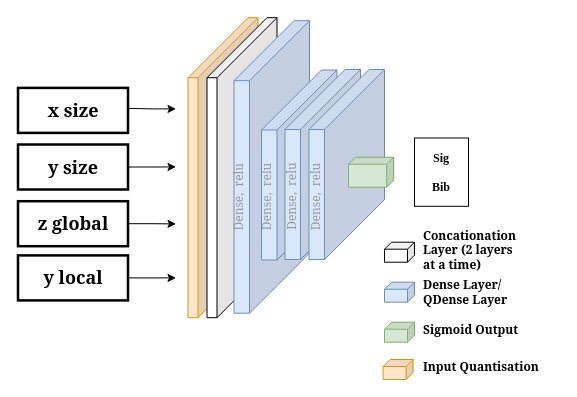
elizahoward/Muon_Collider_Smart_Pixels keeps this draw.io diagram as paperPlots/EricPlots/Model1.drawio. Above is the earlier version. Source tidied: cells renumbered, new cells numbered last; positions are measured from the earlier drawing's top-left corner, leaving out a move shared by most shapes. Both pictures are drawn from the tidied source at 100%, with x=0, y=0 at pixel (18, 17).
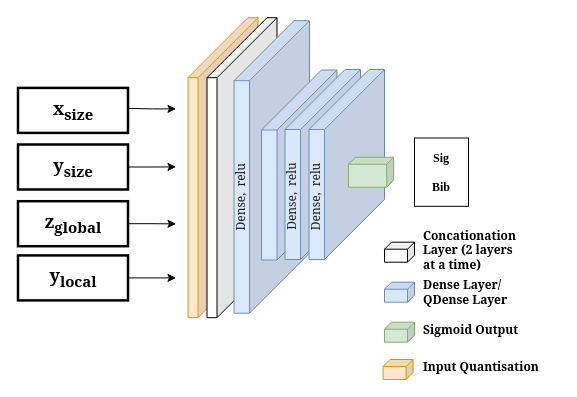
Above is the later version.

Change to the diagram source:
```diff
@@
-    <mxCell id="4" value="&lt;b style=&quot;font-family: Georgia; font-size: 18px; text-wrap-mode: nowrap;&quot;&gt;x size&lt;/b&gt;" style="rounded=0;whiteSpace=wrap;html=1;strokeWidth=2.5;" parent="1" vertex="1">
+    <mxCell id="4" value="&lt;b style=&quot;font-family: Georgia; font-size: 18px; text-wrap-mode: nowrap;&quot;&gt;x&lt;sub&gt;size&lt;/sub&gt;&lt;/b&gt;" style="rounded=0;whiteSpace=wrap;html=1;strokeWidth=2.5;" parent="1" vertex="1">
       <mxGeometry x="-0.5" y="70.4" width="110" height="45" as="geometry" />
     </mxCell>
@@
-    <mxCell id="6" value="&lt;font face=&quot;Georgia&quot;&gt;&lt;span style=&quot;font-size: 18px; text-wrap-mode: nowrap;&quot;&gt;&lt;b&gt;z global&lt;/b&gt;&lt;/span&gt;&lt;/font&gt;" style="rounded=0;whiteSpace=wrap;html=1;strokeWidth=2.5;" parent="1" vertex="1">
+    <mxCell id="6" value="&lt;font face=&quot;Georgia&quot;&gt;&lt;span style=&quot;font-size: 18px; text-wrap-mode: nowrap;&quot;&gt;&lt;b&gt;z&lt;sub&gt;global&lt;/sub&gt;&lt;/b&gt;&lt;/span&gt;&lt;/font&gt;" style="rounded=0;whiteSpace=wrap;html=1;strokeWidth=2.5;" parent="1" vertex="1">
       <mxGeometry x="-0.5" y="183.7" width="110" height="45" as="geometry" />
     </mxCell>
@@
-    <mxCell id="8" value="&lt;font face=&quot;Georgia&quot;&gt;&lt;span style=&quot;font-size: 18px; text-wrap-mode: nowrap;&quot;&gt;&lt;b&gt;y local&lt;/b&gt;&lt;/span&gt;&lt;/font&gt;" style="rounded=0;whiteSpace=wrap;html=1;strokeWidth=2.5;" parent="1" vertex="1">
+    <mxCell id="8" value="&lt;font face=&quot;Georgia&quot;&gt;&lt;span style=&quot;font-size: 18px; text-wrap-mode: nowrap;&quot;&gt;&lt;b&gt;y&lt;sub&gt;local&lt;/sub&gt;&lt;/b&gt;&lt;/span&gt;&lt;/font&gt;" style="rounded=0;whiteSpace=wrap;html=1;strokeWidth=2.5;" parent="1" vertex="1">
       <mxGeometry x="-0.5" y="237.9" width="110" height="45" as="geometry" />
     </mxCell>
@@
-    <mxCell id="10" value="&lt;b style=&quot;font-family: Georgia; font-size: 18px; text-wrap-mode: nowrap;&quot;&gt;y&lt;/b&gt;&lt;b style=&quot;background-color: transparent; color: light-dark(rgb(0, 0, 0), rgb(255, 255, 255)); text-wrap-mode: nowrap; font-family: Georgia; font-size: 18px;&quot;&gt;&amp;nbsp;size&lt;/b&gt;" style="rounded=0;whiteSpace=wrap;html=1;strokeWidth=2.5;" parent="1" vertex="1">
+    <mxCell id="10" value="&lt;b style=&quot;font-family: Georgia; font-size: 18px; text-wrap-mode: nowrap;&quot;&gt;y&lt;/b&gt;&lt;b style=&quot;background-color: transparent; color: light-dark(rgb(0, 0, 0), rgb(255, 255, 255)); text-wrap-mode: nowrap; font-family: Georgia; font-size: 18px;&quot;&gt;&lt;sub&gt;size&lt;/sub&gt;&lt;/b&gt;" style="rounded=0;whiteSpace=wrap;html=1;strokeWidth=2.5;" parent="1" vertex="1">
       <mxGeometry x="-0.5" y="127" width="110" height="45" as="geometry" />
     </mxCell>
@@
-    <mxCell id="13" value="Dense,&amp;nbsp; relu" style="text;html=1;strokeColor=none;fillColor=none;align=center;verticalAlign=middle;whiteSpace=wrap;rounded=0;fontFamily=Georgia;rotation=-90;fontColor=#999999;" parent="1" vertex="1">
-      <mxGeometry x="171" y="164.8" width="99" height="29.9" as="geometry" />
+    <mxCell id="13" value="Dense,&amp;nbsp; relu" style="text;html=1;strokeColor=none;fillColor=none;align=center;verticalAlign=middle;whiteSpace=wrap;rounded=0;fontFamily=Georgia;rotation=-90;fontColor=#1A1A1A;" parent="1" vertex="1">
+      <mxGeometry x="173" y="164.8" width="99" height="29.9" as="geometry" />
     </mxCell>
@@
-    <mxCell id="26" value="Dense,&amp;nbsp; relu" style="text;html=1;strokeColor=none;fillColor=none;align=center;verticalAlign=middle;whiteSpace=wrap;rounded=0;fontFamily=Georgia;rotation=-90;fontColor=#999999;" parent="1" vertex="1">
-      <mxGeometry x="200" y="164.5" width="99" height="29.9" as="geometry" />
-    </mxCell>
-    <mxCell id="27" value="Dense,&amp;nbsp; relu" style="text;html=1;strokeColor=none;fillColor=none;align=center;verticalAlign=middle;whiteSpace=wrap;rounded=0;fontFamily=Georgia;rotation=-90;fontColor=#999999;" parent="1" vertex="1">
+    <mxCell id="27" value="Dense,&amp;nbsp; relu" style="text;html=1;strokeColor=none;fillColor=none;align=center;verticalAlign=middle;whiteSpace=wrap;rounded=0;fontFamily=Georgia;rotation=-90;fontColor=#1A1A1A;" parent="1" vertex="1">
       <mxGeometry x="225" y="164.2" width="99" height="29.9" as="geometry" />
     </mxCell>
-    <mxCell id="28" value="Dense,&amp;nbsp; relu" style="text;html=1;strokeColor=none;fillColor=none;align=center;verticalAlign=middle;whiteSpace=wrap;rounded=0;fontFamily=Georgia;rotation=-90;fontColor=#999999;" parent="1" vertex="1">
+    <mxCell id="28" value="Dense,&amp;nbsp; relu" style="text;html=1;strokeColor=none;fillColor=none;align=center;verticalAlign=middle;whiteSpace=wrap;rounded=0;fontFamily=Georgia;rotation=-90;fontColor=#1A1A1A;" parent="1" vertex="1">
       <mxGeometry x="249" y="164.5" width="99" height="29.9" as="geometry" />
     </mxCell>
```
